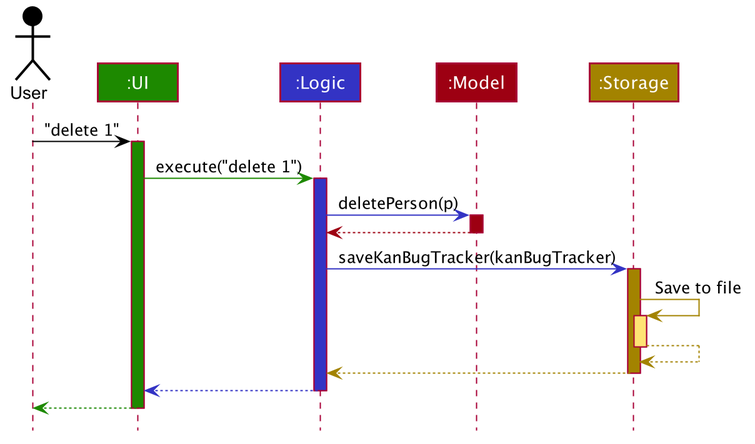
Above: docs/images/ArchitectureSequenceDiagram.png in the-reefshark/tp (PlantUML), before the change. Its diagram source:
```plantuml
@startuml








skinparam BackgroundColor #FFFFFFF

skinparam Shadowing false

skinparam Class {
    FontColor #FFFFFF
    BorderThickness 1
    BorderColor #FFFFFF
    StereotypeFontColor #FFFFFF
    FontName Arial
}

skinparam Actor {
    BorderColor #000000
    Color #000000
    FontName Arial
}

skinparam Sequence {
    MessageAlign center
    BoxFontSize 15
    BoxPadding 0
    BoxFontColor #FFFFFF
    FontName Arial
}

skinparam Participant {
    FontColor #FFFFFFF
    Padding 20
}

skinparam MinClassWidth 50
skinparam ParticipantPadding 10
skinparam Shadowing false
skinparam DefaultTextAlignment center
skinparam packageStyle Rectangle

hide footbox
hide members
hide circle

Actor User as user #000000
Participant ":UI" as ui #1D8900
Participant ":Logic" as logic #3333C4
Participant ":Model" as model #9D0012
Participant ":Storage" as storage #A38300

user -[#000000]> ui : "delete 1"
activate ui #1D8900

ui -[#1D8900]> logic : execute("delete 1")
activate logic #3333C4

logic -[#3333C4]> model : deletePerson(p)
activate model #9D0012

model -[#9D0012]-> logic
deactivate model

logic -[#3333C4]> storage : saveKanBugTracker(kanBugTracker)
activate storage #A38300

storage -[#A38300]> storage : Save to file
activate storage #FFE374
storage --[#A38300]> storage
deactivate storage

storage --[#A38300]> logic
deactivate storage

logic --[#3333C4]> ui
deactivate logic

ui--[#1D8900]> user
deactivate ui
@enduml
```
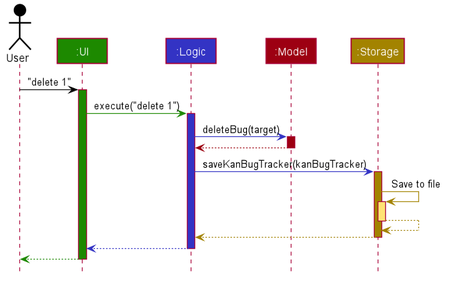
After the change.

Diff of the diagram source:
```diff
@@ -60,7 +60,7 @@
 ui -[#1D8900]> logic : execute("delete 1")
 activate logic #3333C4
 
-logic -[#3333C4]> model : deletePerson(p)
+logic -[#3333C4]> model : deleteBug(target)
 activate model #9D0012
 
 model -[#9D0012]-> logic
```
